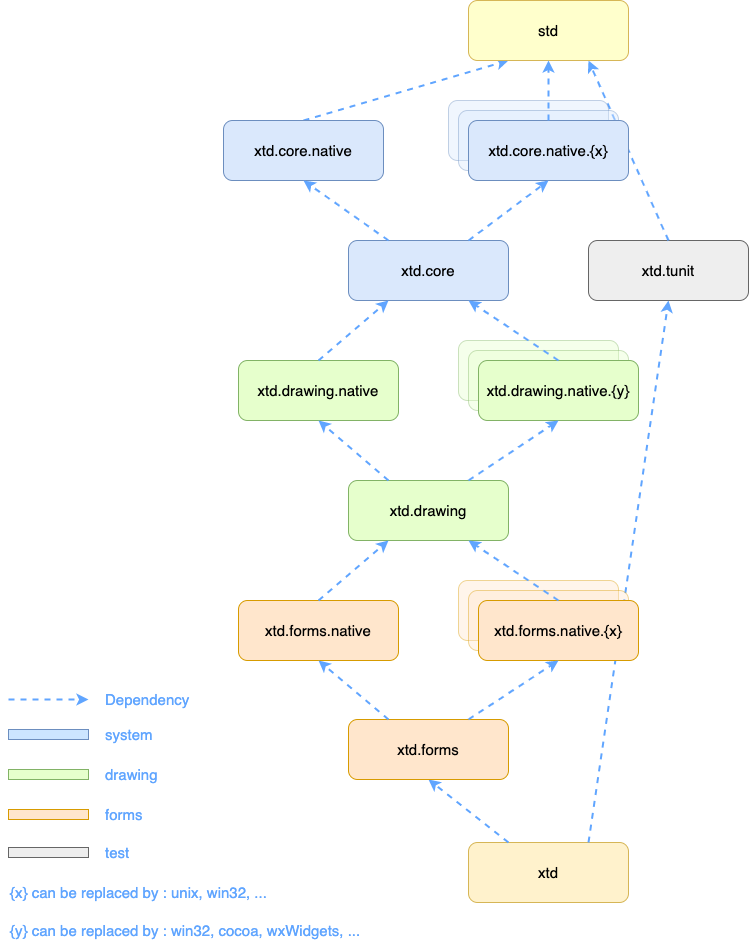
Above: docs/pictures/hierarchy.png in gammasoft71/xtd (draw.io), before the change. Source tidied: cells renumbered, new cells last; positions are measured from the earlier drawing's top-left corner, leaving out a move shared by most shapes.
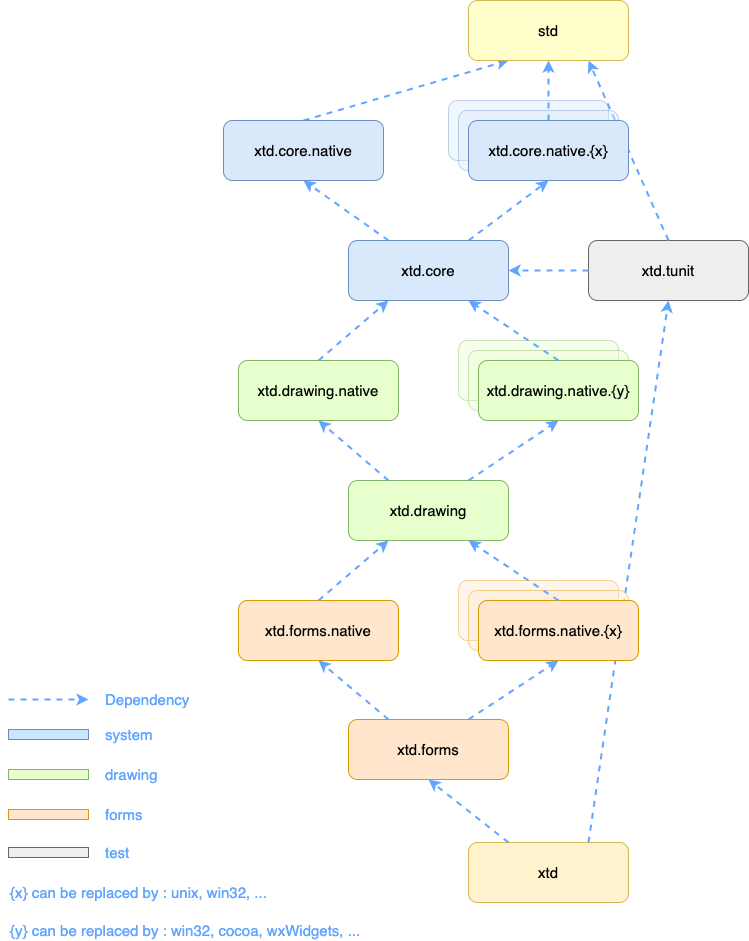
Later version of the same file.

Change to the diagram source:
```diff
@@ -140,5 +140,8 @@
     <mxCell id="46" style="endArrow=classic;dashed=1;html=1;endFill=1;fontSize=15;entryX=0.5;entryY=1;entryDx=0;entryDy=0;exitX=0.75;exitY=0;exitDx=0;exitDy=0;strokeColor=#60A5FF;strokeWidth=2;" parent="1" edge="1" source="2" target="42">
       <mxGeometry relative="1" as="geometry" />
     </mxCell>
+    <mxCell id="47" style="endArrow=classic;dashed=1;html=1;entryX=1;entryY=0.5;exitX=0;exitY=0.5;endFill=1;fontSize=15;entryDx=0;entryDy=0;exitDx=0;exitDy=0;strokeColor=#60A5FF;strokeWidth=2;" parent="1" edge="1" source="13" target="2">
+      <mxGeometry relative="1" as="geometry" />
+    </mxCell>
   </root>
 </mxGraphModel>
```
